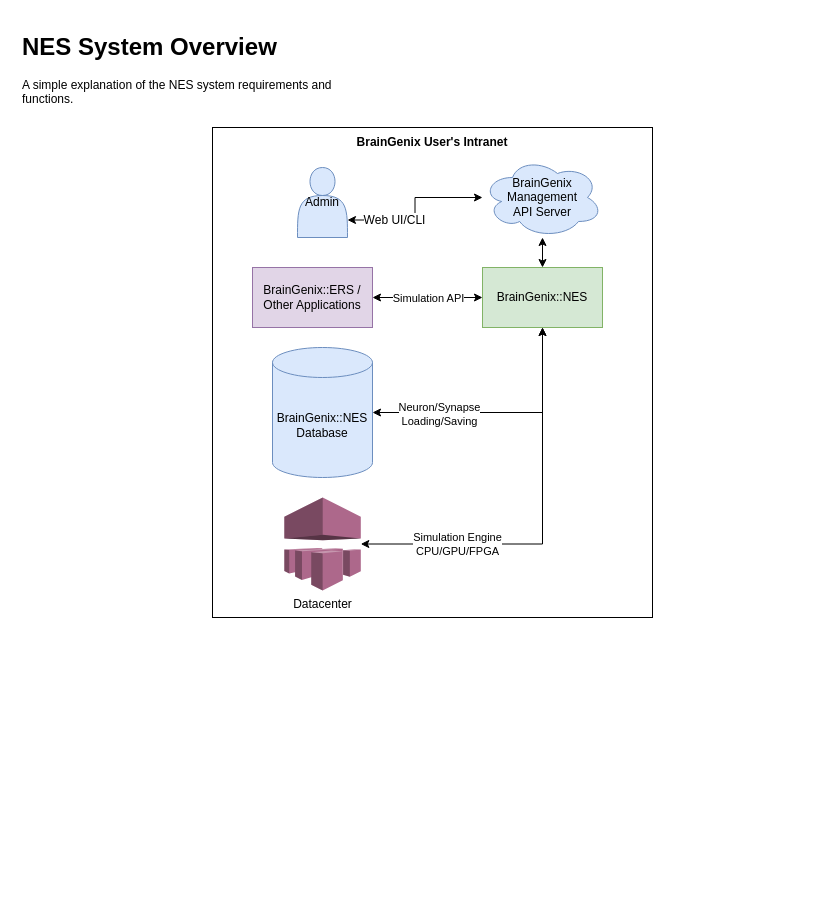
Earlier version of the draw.io diagram page "System Overview" (1 of 2) of Docs/BrainGenix-NES.drawio (carboncopies/BrainGenix-NES). Source tidied: cells renumbered, new cells numbered last; positions are measured from the earlier drawing's top-left corner, leaving out a move shared by most shapes. Both pictures are drawn from the tidied source at 100%, with x=0, y=0 at pixel (17, 27).
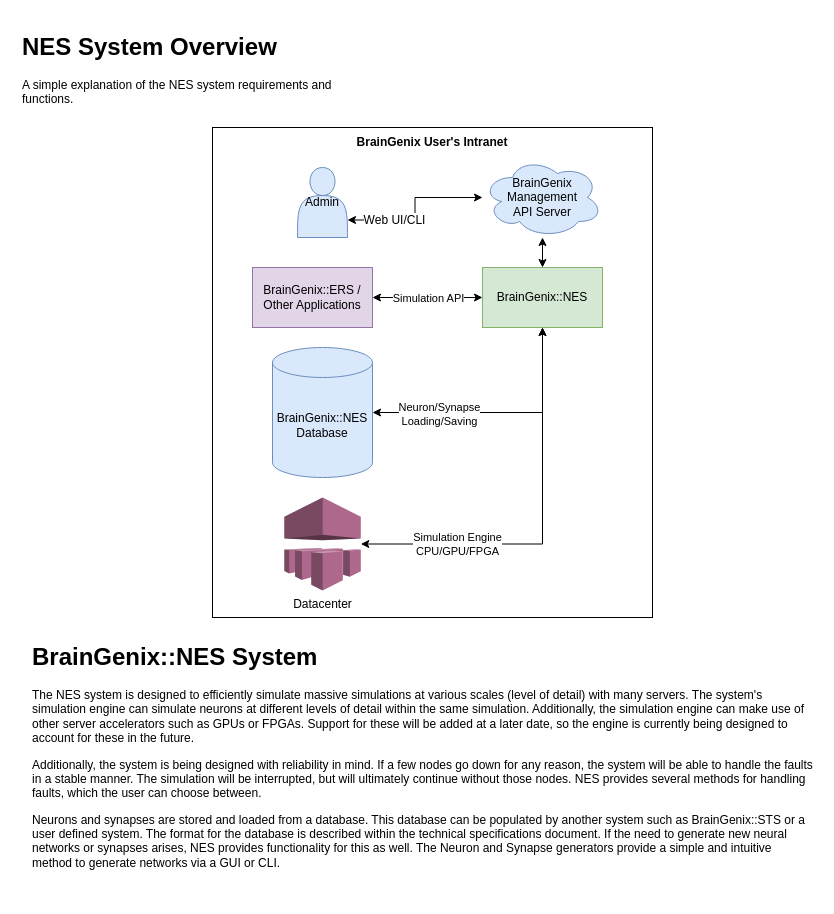
Above is the later version.

Commit message:
Add Description On Overview

The edit, as a diff of the source:
```diff
@@
+    <mxCell id="20" value="&lt;h1&gt;BrainGenix::NES System&lt;br&gt;&lt;/h1&gt;&lt;p&gt;The NES system is designed to efficiently simulate massive simulations at various scales (level of detail) with many servers. The system's simulation engine can simulate neurons at different levels of detail within the same simulation. Additionally, the simulation engine can make use of other server accelerators such as GPUs or FPGAs. Support for these will be added at a later date, so the engine is currently being designed to account for these in the future.&lt;/p&gt;&lt;p&gt;Additionally, the system is being designed with reliability in mind. If a few nodes go down for any reason, the system will be able to handle the faults in a stable manner. The simulation will be interrupted, but will ultimately continue without those nodes. NES provides several methods for handling faults, which the user can choose between.&amp;nbsp;&lt;/p&gt;&lt;p&gt;Neurons and synapses are stored and loaded from a database. This database can be populated by another system such as BrainGenix::STS or a user defined system. The format for the database is described within the technical specifications document. If the need to generate new neural networks or synapses arises, NES provides functionality for this as well. The Neuron and Synapse generators provide a simple and intuitive method to generate networks via a GUI or CLI.&lt;/p&gt;&lt;p&gt;&lt;br&gt;&lt;/p&gt;" style="text;html=1;strokeColor=none;fillColor=none;spacing=5;spacingTop=-20;whiteSpace=wrap;overflow=hidden;rounded=0;" parent="1" vertex="1">
+      <mxGeometry x="10" y="610" width="790" height="260" as="geometry" />
+    </mxCell>
```
